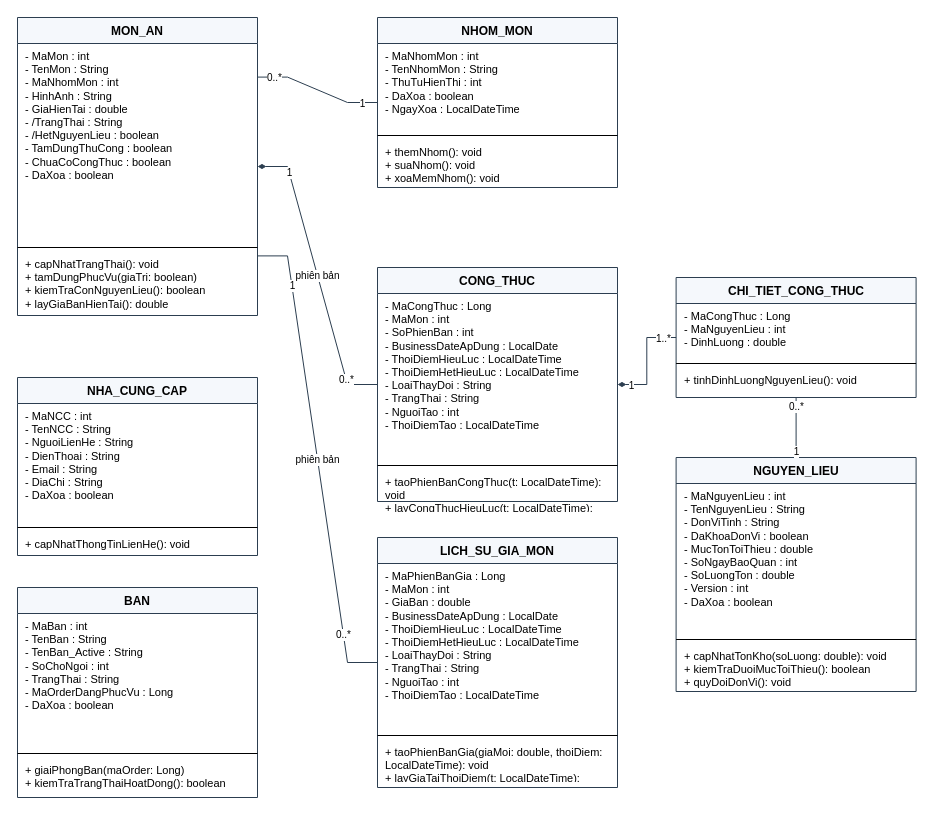
This is page "Quan ly danh muc" (2 of 17) of docs/So_do/ClassDiagram_HeThongQuanLyNhaHang.drawio from nminhzzz/restaurant-management-ai, a draw.io file, before an edit. Source tidied: cells renumbered, new cells numbered last; positions are measured from the earlier drawing's top-left corner, leaving out a move shared by most shapes. Both pictures are drawn from the tidied source at 100%, with x=0, y=0 at pixel (17, 17).
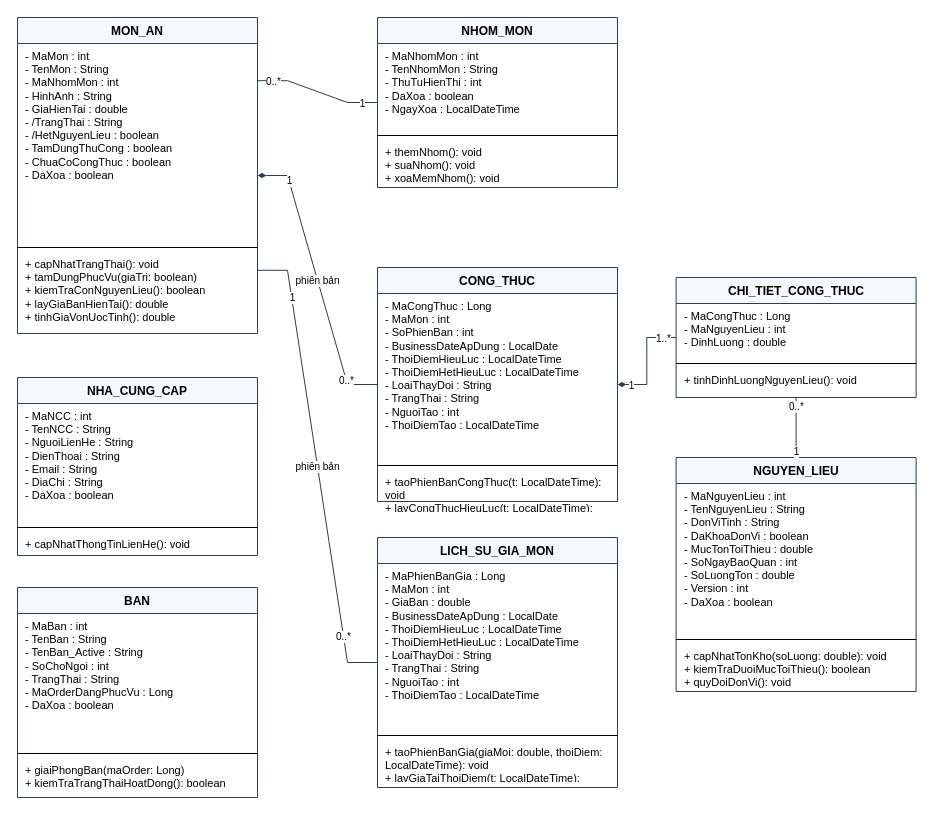
After the change.

Diff of the diagram source:
```diff
@@
     <mxCell id="6" value="MON_AN" style="swimlane;fontStyle=1;align=center;verticalAlign=top;horizontal=1;startSize=26;whiteSpace=wrap;html=1;fillColor=#F5F8FC;strokeColor=#2C3E50;dashed=0;fontSize=12;" parent="1" vertex="1">
-      <mxGeometry width="240" height="298" as="geometry" />
+      <mxGeometry width="240" height="316" as="geometry" />
     </mxCell>
-    <mxCell id="7" value="- MaMon : int&lt;br&gt;- TenMon : String&lt;br&gt;- MaNhomMon : int&lt;br&gt;- HinhAnh : String&lt;br&gt;- GiaHienTai : double&lt;br&gt;- /TrangThai : String&lt;br&gt;- /HetNguyenLieu : boolean&lt;br&gt;- TamDungThuCong : boolean&lt;div&gt;-&amp;nbsp;ChuaCoCongThuc : boolean&lt;br&gt;- DaXoa : boolean&lt;/div&gt;" style="text;align=left;verticalAlign=top;spacingLeft=6;spacingRight=4;overflow=hidden;whiteSpace=wrap;html=1;fontSize=11;" parent="6" vertex="1">
+    <mxCell id="7" value="- MaMon : int&lt;br&gt;- TenMon : String&lt;br&gt;- MaNhomMon : int&lt;br&gt;- HinhAnh : String&lt;br&gt;- GiaHienTai : double&lt;br&gt;- /TrangThai : String&lt;br&gt;- /HetNguyenLieu : boolean&lt;br&gt;- TamDungThuCong : boolean&lt;br&gt;- ChuaCoCongThuc : boolean&lt;br&gt;- DaXoa : boolean" style="text;align=left;verticalAlign=top;spacingLeft=6;spacingRight=4;overflow=hidden;whiteSpace=wrap;html=1;fontSize=11;" parent="6" vertex="1">
       <mxGeometry y="26" width="240" height="200" as="geometry" />
     </mxCell>
@@
-    <mxCell id="9" value="+ capNhatTrangThai(): void&lt;br&gt;+ tamDungPhucVu(giaTri: boolean)&lt;br&gt;+ kiemTraConNguyenLieu(): boolean&lt;br&gt;+ layGiaBanHienTai(): double" style="text;align=left;verticalAlign=top;spacingLeft=6;spacingRight=4;overflow=hidden;whiteSpace=wrap;html=1;fontSize=11;" parent="6" vertex="1">
-      <mxGeometry y="234" width="240" height="72" as="geometry" />
+    <mxCell id="9" value="+ capNhatTrangThai(): void&lt;br&gt;+ tamDungPhucVu(giaTri: boolean)&lt;br&gt;+ kiemTraConNguyenLieu(): boolean&lt;br&gt;+ layGiaBanHienTai(): double&lt;br&gt;+ tinhGiaVonUocTinh(): double" style="text;align=left;verticalAlign=top;spacingLeft=6;spacingRight=4;overflow=hidden;whiteSpace=wrap;html=1;fontSize=11;" parent="6" vertex="1">
+      <mxGeometry y="234" width="240" height="90" as="geometry" />
     </mxCell>
```
